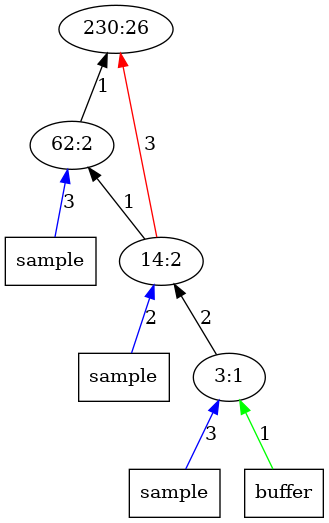
This is outputImages/op26.png.png from AbhikKhan/MTP_IITG, a Graphviz export, as it was before one commit. Its source is kept beside it as outputTrees/op26.dot. The source it was exported from:
```dot
digraph Tree{
	rankdir="BT"
	1 [label = "230:26"];
	2 -> 1 [label = "1", color = "black"];
	x21 -> 2 [label = "3", color = "blue"];
	x21 [label = "sample", shape = "box"];
	2 [label = "62:2"];
	3 -> 2 [label = "1", color = "black"];
	3 -> 1 [label = "3", color = "red"];
	x31 -> 3 [label = "2", color = "blue"];
	x31 [label = "sample", shape = "box"];
	3 [label = "14:2"];
	4 -> 3 [label = "2", color = "black"];
	x41 -> 4 [label = "3", color = "blue"];
	x41 [label = "sample", shape = "box"];
	x42 -> 4 [label = "1", color = "green"];
	x42 [label = "buffer", shape = "box"];
	4 [label = "3:1"];
}
```
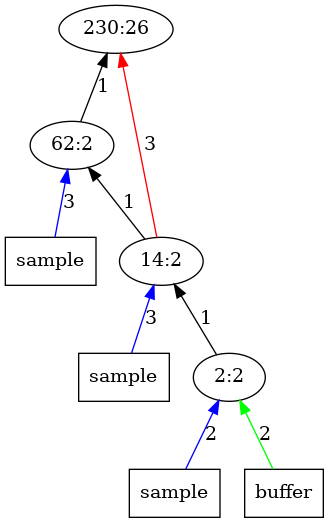
After the change.

Diff of the diagram source:
```diff
@@ -5,15 +5,15 @@
 	x21 -> 2 [label = "3", color = "blue"];
 	x21 [label = "sample", shape = "box"];
 	2 [label = "62:2"];
+	3 -> 1 [label = "3", color = "red"];
 	3 -> 2 [label = "1", color = "black"];
-	3 -> 1 [label = "3", color = "red"];
-	x31 -> 3 [label = "2", color = "blue"];
+	x31 -> 3 [label = "3", color = "blue"];
 	x31 [label = "sample", shape = "box"];
 	3 [label = "14:2"];
-	4 -> 3 [label = "2", color = "black"];
-	x41 -> 4 [label = "3", color = "blue"];
+	4 -> 3 [label = "1", color = "black"];
+	x41 -> 4 [label = "2", color = "blue"];
 	x41 [label = "sample", shape = "box"];
-	x42 -> 4 [label = "1", color = "green"];
+	x42 -> 4 [label = "2", color = "green"];
 	x42 [label = "buffer", shape = "box"];
-	4 [label = "3:1"];
+	4 [label = "2:2"];
 }
```
